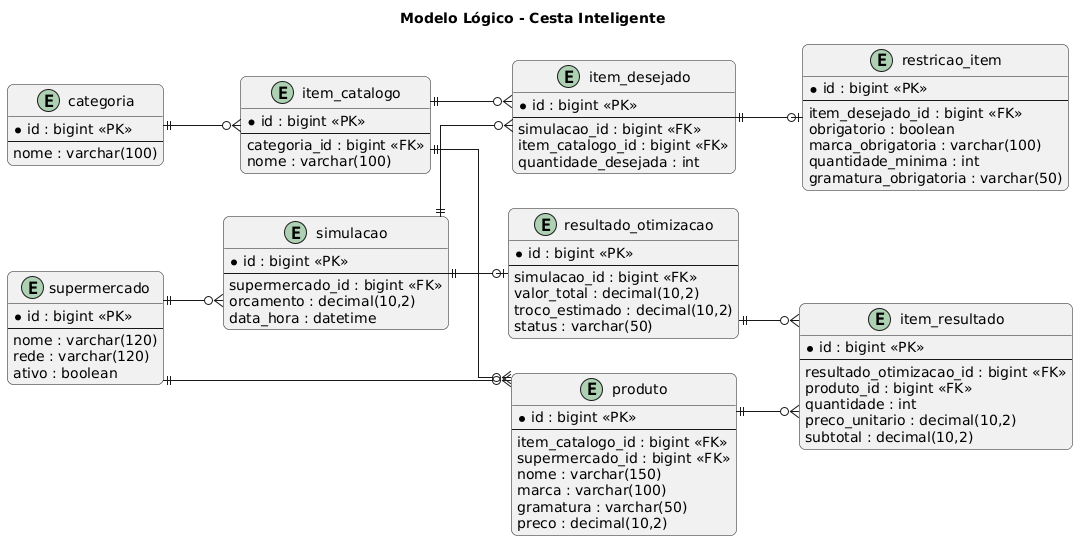
The PlantUML diagram docs/diagramas/banco-de-dados/modelo-logico/modelo-logico.png in fernanndp/cesta-inteligente-tcc, before a commit. Its diagram source:
```plantuml
@startuml
left to right direction
skinparam shadowing false
skinparam roundcorner 12
skinparam linetype ortho

title Modelo Lógico - Cesta Inteligente

entity "supermercado" as supermercado {
  * id : bigint <<PK>>
  --
  nome : varchar(120)
  rede : varchar(120)
  ativo : boolean
}

entity "categoria" as categoria {
  * id : bigint <<PK>>
  --
  nome : varchar(100)
}

entity "item_catalogo" as item_catalogo {
  * id : bigint <<PK>>
  --
  categoria_id : bigint <<FK>>
  nome : varchar(100)
}

entity "produto" as produto {
  * id : bigint <<PK>>
  --
  item_catalogo_id : bigint <<FK>>
  supermercado_id : bigint <<FK>>
  nome : varchar(150)
  marca : varchar(100)
  gramatura : varchar(50)
  preco : decimal(10,2)
}

entity "simulacao" as simulacao {
  * id : bigint <<PK>>
  --
  supermercado_id : bigint <<FK>>
  orcamento : decimal(10,2)
  data_hora : datetime
}

entity "item_desejado" as item_desejado {
  * id : bigint <<PK>>
  --
  simulacao_id : bigint <<FK>>
  item_catalogo_id : bigint <<FK>>
  quantidade_desejada : int
}

entity "restricao_item" as restricao_item {
  * id : bigint <<PK>>
  --
  item_desejado_id : bigint <<FK>>
  obrigatorio : boolean
  marca_obrigatoria : varchar(100)
  quantidade_minima : int
  gramatura_obrigatoria : varchar(50)
}

entity "resultado_otimizacao" as resultado_otimizacao {
  * id : bigint <<PK>>
  --
  simulacao_id : bigint <<FK>>
  valor_total : decimal(10,2)
  troco_estimado : decimal(10,2)
  status : varchar(50)
}

entity "item_resultado" as item_resultado {
  * id : bigint <<PK>>
  --
  resultado_otimizacao_id : bigint <<FK>>
  produto_id : bigint <<FK>>
  quantidade : int
  preco_unitario : decimal(10,2)
  subtotal : decimal(10,2)
}

categoria ||--o{ item_catalogo
item_catalogo ||--o{ produto
supermercado ||--o{ produto

supermercado ||--o{ simulacao
simulacao ||--o{ item_desejado
item_catalogo ||--o{ item_desejado
item_desejado ||--o| restricao_item

simulacao ||--o| resultado_otimizacao
resultado_otimizacao ||--o{ item_resultado
produto ||--o{ item_resultado
@enduml
```
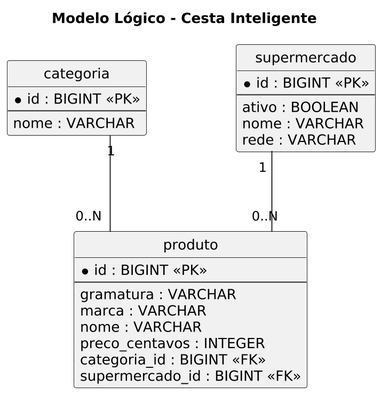
Later version of the same file.

Change to the diagram source:
```diff
@@ -1,98 +1,45 @@
 @startuml
-left to right direction
-skinparam shadowing false
-skinparam roundcorner 12
-skinparam linetype ortho
-
 title Modelo Lógico - Cesta Inteligente
 
-entity "supermercado" as supermercado {
-  * id : bigint <<PK>>
-  --
-  nome : varchar(120)
-  rede : varchar(120)
-  ativo : boolean
+top to bottom direction
+hide circle
+
+skinparam linetype ortho
+skinparam dpi 180
+skinparam nodesep 90
+skinparam ranksep 80
+
+skinparam entity {
+  BackgroundColor #FFFFFF
+  BorderColor #222222
+  FontColor #111111
 }
 
 entity "categoria" as categoria {
-  * id : bigint <<PK>>
+  * id : BIGINT <<PK>>
   --
-  nome : varchar(100)
+  nome : VARCHAR
 }
 
-entity "item_catalogo" as item_catalogo {
-  * id : bigint <<PK>>
+entity "supermercado" as supermercado {
+  * id : BIGINT <<PK>>
   --
-  categoria_id : bigint <<FK>>
-  nome : varchar(100)
+  ativo : BOOLEAN
+  nome : VARCHAR
+  rede : VARCHAR
 }
 
 entity "produto" as produto {
-  * id : bigint <<PK>>
+  * id : BIGINT <<PK>>
   --
-  item_catalogo_id : bigint <<FK>>
-  supermercado_id : bigint <<FK>>
-  nome : varchar(150)
-  marca : varchar(100)
-  gramatura : varchar(50)
-  preco : decimal(10,2)
+  gramatura : VARCHAR
+  marca : VARCHAR
+  nome : VARCHAR
+  preco_centavos : INTEGER
+  categoria_id : BIGINT <<FK>>
+  supermercado_id : BIGINT <<FK>>
 }
 
-entity "simulacao" as simulacao {
-  * id : bigint <<PK>>
-  --
-  supermercado_id : bigint <<FK>>
-  orcamento : decimal(10,2)
-  data_hora : datetime
-}
-
-entity "item_desejado" as item_desejado {
-  * id : bigint <<PK>>
-  --
-  simulacao_id : bigint <<FK>>
-  item_catalogo_id : bigint <<FK>>
-  quantidade_desejada : int
-}
-
-entity "restricao_item" as restricao_item {
-  * id : bigint <<PK>>
-  --
-  item_desejado_id : bigint <<FK>>
-  obrigatorio : boolean
-  marca_obrigatoria : varchar(100)
-  quantidade_minima : int
-  gramatura_obrigatoria : varchar(50)
-}
-
-entity "resultado_otimizacao" as resultado_otimizacao {
-  * id : bigint <<PK>>
-  --
-  simulacao_id : bigint <<FK>>
-  valor_total : decimal(10,2)
-  troco_estimado : decimal(10,2)
-  status : varchar(50)
-}
-
-entity "item_resultado" as item_resultado {
-  * id : bigint <<PK>>
-  --
-  resultado_otimizacao_id : bigint <<FK>>
-  produto_id : bigint <<FK>>
-  quantidade : int
-  preco_unitario : decimal(10,2)
-  subtotal : decimal(10,2)
-}
-
-categoria ||--o{ item_catalogo
-item_catalogo ||--o{ produto
-supermercado ||--o{ produto
-
-supermercado ||--o{ simulacao
-simulacao ||--o{ item_desejado
-item_catalogo ||--o{ item_desejado
-item_desejado ||--o| restricao_item
-
-simulacao ||--o| resultado_otimizacao
-resultado_otimizacao ||--o{ item_resultado
-produto ||--o{ item_resultado
+categoria "1" -- "0..N" produto
+supermercado "1" -- "0..N" produto
 @enduml
```
